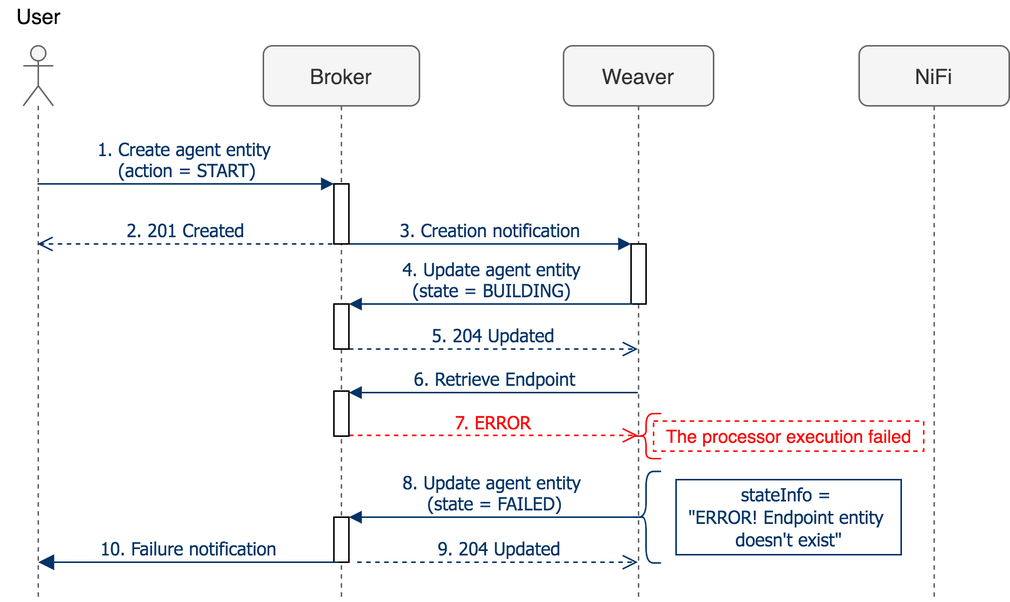
The draw.io diagram docs/sda-orchestration/img/SDA-orchestration-sequence-diagrams-collection-agent-endpoint-error.png in giros-dit/semantic-data-aggregator, before a commit. Source tidied: cells renumbered, new cells last; positions are measured from the earlier drawing's top-left corner, leaving out a move shared by most shapes. Its diagram source:
```xml
<mxGraphModel>
  <root>
    <mxCell id="0" />
    <mxCell id="1" parent="0" />
    <mxCell id="2" value="Broker" style="shape=umlLifeline;perimeter=lifelinePerimeter;whiteSpace=wrap;html=1;rounded=1;fontSize=14;fontColor=#333333;strokeColor=#666666;fillColor=#f5f5f5;" parent="1" vertex="1">
      <mxGeometry x="175" y="30" width="104" height="370" as="geometry" />
    </mxCell>
    <mxCell id="3" value="Weaver" style="shape=umlLifeline;perimeter=lifelinePerimeter;whiteSpace=wrap;html=1;rounded=1;fontSize=14;fontColor=#333333;strokeColor=#666666;fillColor=#f5f5f5;" parent="1" vertex="1">
      <mxGeometry x="375" y="30" width="100" height="370" as="geometry" />
    </mxCell>
    <mxCell id="4" value="NiFi" style="shape=umlLifeline;perimeter=lifelinePerimeter;whiteSpace=wrap;html=1;rounded=1;fontSize=14;fontColor=#333333;strokeColor=#666666;fillColor=#f5f5f5;" parent="1" vertex="1">
      <mxGeometry x="572" y="30" width="100" height="370" as="geometry" />
    </mxCell>
    <mxCell id="5" style="shape=umlLifeline;participant=umlActor;perimeter=lifelinePerimeter;whiteSpace=wrap;html=1;verticalAlign=middle;outlineConnect=0;fontSize=14;rounded=1;fontColor=#333333;strokeColor=#666666;fillColor=#f5f5f5;" parent="1" vertex="1">
      <mxGeometry x="15" y="30" width="20" height="370" as="geometry" />
    </mxCell>
    <mxCell id="6" value="3. Creation notification" style="html=1;verticalAlign=bottom;startArrow=none;endArrow=block;startSize=8;strokeColor=#003366;fontFamily=Tahoma;fontSize=12;fontColor=#003366;startFill=0;exitX=1;exitY=0.975;exitDx=0;exitDy=0;exitPerimeter=0;" parent="1" edge="1">
      <mxGeometry relative="1" as="geometry">
        <mxPoint x="232" y="162" as="sourcePoint" />
        <mxPoint x="420" y="162" as="targetPoint" />
      </mxGeometry>
    </mxCell>
    <mxCell id="7" value="1. Create agent entity &lt;br&gt;(action = START)" style="html=1;verticalAlign=bottom;endArrow=block;entryX=0;entryY=0;strokeColor=#003366;fontFamily=Tahoma;fontSize=12;fontColor=#003366;" parent="1" edge="1" source="5" target="12">
      <mxGeometry relative="1" as="geometry" />
    </mxCell>
    <mxCell id="8" value="2. 201 Created" style="html=1;verticalAlign=bottom;endArrow=open;dashed=1;endSize=8;exitX=-0.1;exitY=0.975;strokeColor=#003366;fontFamily=Tahoma;fontSize=12;fontColor=#003366;exitDx=0;exitDy=0;exitPerimeter=0;" parent="1" edge="1">
      <mxGeometry relative="1" as="geometry">
        <mxPoint x="221" y="162" as="sourcePoint" />
        <mxPoint x="24.5" y="162" as="targetPoint" />
      </mxGeometry>
    </mxCell>
    <mxCell id="9" value="8. Update agent entity&amp;nbsp;&lt;br&gt;(state = FAILED)" style="html=1;verticalAlign=bottom;endArrow=block;entryX=1;entryY=0;fontFamily=Tahoma;fontSize=12;fontColor=#003366;strokeColor=#003366;" parent="1" edge="1" target="13">
      <mxGeometry relative="1" as="geometry">
        <mxPoint x="424.5" y="344" as="sourcePoint" />
      </mxGeometry>
    </mxCell>
    <mxCell id="10" value="5. 204 Updated" style="html=1;verticalAlign=bottom;endArrow=open;dashed=1;endSize=8;strokeColor=#003366;fontFamily=Tahoma;fontSize=12;fontColor=#003366;" parent="1" edge="1" source="15">
      <mxGeometry relative="1" as="geometry">
        <mxPoint x="424.5" y="232" as="targetPoint" />
        <Array as="points">
          <mxPoint x="285" y="232" />
        </Array>
      </mxGeometry>
    </mxCell>
    <mxCell id="11" value="&lt;font style=&quot;font-size: 14px;&quot;&gt;User&lt;/font&gt;" style="text;html=1;align=center;verticalAlign=middle;fontSize=14;" parent="1" vertex="1">
      <mxGeometry width="50" height="20" as="geometry" />
    </mxCell>
    <mxCell id="12" style="html=1;points=[];perimeter=orthogonalPerimeter;fontFamily=Tahoma;fontSize=12;fontColor=#003366;" parent="1" vertex="1">
      <mxGeometry x="222" y="122" width="10" height="40" as="geometry" />
    </mxCell>
    <mxCell id="13" style="html=1;points=[];perimeter=orthogonalPerimeter;fontFamily=Tahoma;fontSize=12;fontColor=#003366;" parent="1" vertex="1">
      <mxGeometry x="222" y="344" width="10" height="30" as="geometry" />
    </mxCell>
    <mxCell id="14" style="html=1;perimeter=orthogonalPerimeter;fontFamily=Tahoma;fontSize=12;fontColor=#003366;" parent="1" vertex="1">
      <mxGeometry x="420" y="162" width="10" height="40" as="geometry" />
    </mxCell>
    <mxCell id="15" style="html=1;points=[];perimeter=orthogonalPerimeter;fontFamily=Tahoma;fontSize=12;fontColor=#003366;" parent="1" vertex="1">
      <mxGeometry x="222" y="202" width="10" height="30" as="geometry" />
    </mxCell>
    <mxCell id="16" value="4. Update agent entity&lt;br&gt;(state = BUILDING)" style="html=1;verticalAlign=bottom;startArrow=block;endArrow=none;startSize=6;strokeColor=#003366;fontFamily=Tahoma;fontSize=12;fontColor=#003366;startFill=1;exitX=1;exitY=0;exitDx=0;exitDy=0;exitPerimeter=0;entryX=0.1;entryY=1;entryDx=0;entryDy=0;entryPerimeter=0;endFill=0;targetPerimeterSpacing=0;sourcePerimeterSpacing=0;" parent="1" edge="1">
      <mxGeometry relative="1" as="geometry">
        <mxPoint x="232" y="202" as="sourcePoint" />
        <mxPoint x="421" y="202" as="targetPoint" />
      </mxGeometry>
    </mxCell>
    <mxCell id="17" value="9. 204 Updated" style="html=1;verticalAlign=bottom;endArrow=open;dashed=1;endSize=8;strokeColor=#003366;fontFamily=Tahoma;fontSize=12;fontColor=#003366;" parent="1" edge="1">
      <mxGeometry relative="1" as="geometry">
        <mxPoint x="237.5" y="374" as="sourcePoint" />
        <mxPoint x="424.5" y="374" as="targetPoint" />
      </mxGeometry>
    </mxCell>
    <mxCell id="18" value="10. Failure notification" style="html=1;verticalAlign=bottom;startArrow=block;endArrow=none;startSize=8;strokeColor=#003366;fontFamily=Tahoma;fontSize=12;fontColor=#003366;startFill=1;endFill=0;" parent="1" edge="1">
      <mxGeometry relative="1" as="geometry">
        <mxPoint x="25" y="374" as="sourcePoint" />
        <mxPoint x="225" y="374" as="targetPoint" />
      </mxGeometry>
    </mxCell>
    <mxCell id="19" value="6. Retrieve Endpoint" style="html=1;verticalAlign=bottom;endArrow=block;entryX=1;entryY=0.067;strokeColor=#003366;fontFamily=Tahoma;fontSize=12;fontColor=#003366;entryDx=0;entryDy=0;entryPerimeter=0;" parent="1" edge="1">
      <mxGeometry relative="1" as="geometry">
        <mxPoint x="424.5" y="261" as="sourcePoint" />
        <mxPoint x="232" y="261" as="targetPoint" />
        <Array as="points">
          <mxPoint x="300" y="261" />
        </Array>
      </mxGeometry>
    </mxCell>
    <mxCell id="20" value="&lt;font color=&quot;#ff0000&quot;&gt;7. ERROR&lt;/font&gt;" style="html=1;verticalAlign=bottom;endArrow=open;dashed=1;endSize=8;exitX=1;exitY=0.95;fontFamily=Tahoma;fontSize=12;fontColor=#003366;fillColor=#f8cecc;strokeColor=#FF0000;" parent="1" edge="1">
      <mxGeometry relative="1" as="geometry">
        <mxPoint x="232" y="289.5" as="sourcePoint" />
        <mxPoint x="424.5" y="289.5" as="targetPoint" />
      </mxGeometry>
    </mxCell>
    <mxCell id="21" style="html=1;perimeter=orthogonalPerimeter;fontFamily=Tahoma;fontSize=12;fontColor=#003366;" parent="1" vertex="1">
      <mxGeometry x="222" y="260" width="10" height="30" as="geometry" />
    </mxCell>
    <mxCell id="22" style="shape=curlyBracket;whiteSpace=wrap;html=1;rounded=1;strokeColor=#003366;" parent="1" vertex="1">
      <mxGeometry x="420" y="313.5" width="20" height="61" as="geometry" />
    </mxCell>
    <mxCell id="23" value="&lt;div&gt;&lt;font color=&quot;#003366&quot;&gt;&lt;span style=&quot;font-family: &amp;#34;tahoma&amp;#34; ; background-color: rgb(255 , 255 , 255)&quot;&gt;stateInfo =&lt;/span&gt;&lt;span style=&quot;font-family: &amp;#34;tahoma&amp;#34;&quot;&gt;&amp;nbsp;&lt;/span&gt;&lt;/font&gt;&lt;/div&gt;&lt;div&gt;&lt;span style=&quot;font-family: &amp;#34;tahoma&amp;#34;&quot;&gt;&lt;font color=&quot;#003366&quot;&gt;&quot;ERROR! Endpoint&amp;nbsp;&lt;/font&gt;&lt;/span&gt;&lt;span style=&quot;font-family: &amp;#34;tahoma&amp;#34;&quot;&gt;&lt;font color=&quot;#003366&quot;&gt;entity&amp;nbsp;&lt;/font&gt;&lt;/span&gt;&lt;/div&gt;&lt;div&gt;&lt;span style=&quot;color: rgb(0 , 51 , 102) ; font-family: &amp;#34;tahoma&amp;#34;&quot;&gt;doesn't exist&quot;&lt;/span&gt;&lt;/div&gt;" style="text;html=1;align=center;verticalAlign=middle;strokeColor=#003366;" parent="1" vertex="1">
      <mxGeometry x="450" y="319" width="150" height="50" as="geometry" />
    </mxCell>
    <mxCell id="24" style="shape=curlyBracket;whiteSpace=wrap;html=1;rounded=1;fillColor=#f8cecc;strokeColor=#FF0000;" parent="1" vertex="1">
      <mxGeometry x="420" y="275" width="20" height="30" as="geometry" />
    </mxCell>
    <mxCell id="25" value="&lt;font color=&quot;#ff0000&quot;&gt;The processor execution failed&lt;/font&gt;" style="text;html=1;align=center;verticalAlign=middle;rounded=0;sketch=0;glass=0;shadow=0;strokeColor=#FF0000;dashed=1;" parent="1" vertex="1">
      <mxGeometry x="435" y="280" width="180" height="20" as="geometry" />
    </mxCell>
  </root>
</mxGraphModel>
```
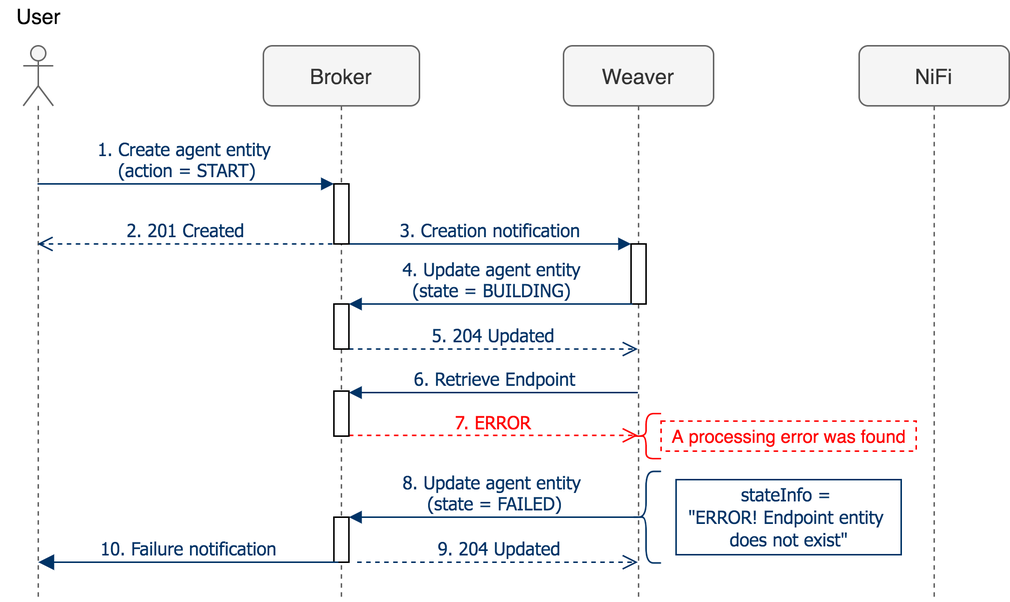
The same file after the commit.

Change to the diagram source:
```diff
@@ -96,14 +96,14 @@
     <mxCell id="22" style="shape=curlyBracket;whiteSpace=wrap;html=1;rounded=1;strokeColor=#003366;" parent="1" vertex="1">
       <mxGeometry x="420" y="313.5" width="20" height="61" as="geometry" />
     </mxCell>
-    <mxCell id="23" value="&lt;div&gt;&lt;font color=&quot;#003366&quot;&gt;&lt;span style=&quot;font-family: &amp;#34;tahoma&amp;#34; ; background-color: rgb(255 , 255 , 255)&quot;&gt;stateInfo =&lt;/span&gt;&lt;span style=&quot;font-family: &amp;#34;tahoma&amp;#34;&quot;&gt;&amp;nbsp;&lt;/span&gt;&lt;/font&gt;&lt;/div&gt;&lt;div&gt;&lt;span style=&quot;font-family: &amp;#34;tahoma&amp;#34;&quot;&gt;&lt;font color=&quot;#003366&quot;&gt;&quot;ERROR! Endpoint&amp;nbsp;&lt;/font&gt;&lt;/span&gt;&lt;span style=&quot;font-family: &amp;#34;tahoma&amp;#34;&quot;&gt;&lt;font color=&quot;#003366&quot;&gt;entity&amp;nbsp;&lt;/font&gt;&lt;/span&gt;&lt;/div&gt;&lt;div&gt;&lt;span style=&quot;color: rgb(0 , 51 , 102) ; font-family: &amp;#34;tahoma&amp;#34;&quot;&gt;doesn't exist&quot;&lt;/span&gt;&lt;/div&gt;" style="text;html=1;align=center;verticalAlign=middle;strokeColor=#003366;" parent="1" vertex="1">
+    <mxCell id="23" value="&lt;div&gt;&lt;font color=&quot;#003366&quot;&gt;&lt;span style=&quot;font-family: &amp;#34;tahoma&amp;#34; ; background-color: rgb(255 , 255 , 255)&quot;&gt;stateInfo =&lt;/span&gt;&lt;span style=&quot;font-family: &amp;#34;tahoma&amp;#34;&quot;&gt;&amp;nbsp;&lt;/span&gt;&lt;/font&gt;&lt;/div&gt;&lt;div&gt;&lt;span style=&quot;font-family: &amp;#34;tahoma&amp;#34;&quot;&gt;&lt;font color=&quot;#003366&quot;&gt;&quot;ERROR! Endpoint&amp;nbsp;&lt;/font&gt;&lt;/span&gt;&lt;span style=&quot;font-family: &amp;#34;tahoma&amp;#34;&quot;&gt;&lt;font color=&quot;#003366&quot;&gt;entity&amp;nbsp;&lt;/font&gt;&lt;/span&gt;&lt;/div&gt;&lt;div&gt;&lt;span style=&quot;color: rgb(0 , 51 , 102) ; font-family: &amp;#34;tahoma&amp;#34;&quot;&gt;does not exist&quot;&lt;/span&gt;&lt;/div&gt;" style="text;html=1;align=center;verticalAlign=middle;strokeColor=#003366;" parent="1" vertex="1">
       <mxGeometry x="450" y="319" width="150" height="50" as="geometry" />
     </mxCell>
     <mxCell id="24" style="shape=curlyBracket;whiteSpace=wrap;html=1;rounded=1;fillColor=#f8cecc;strokeColor=#FF0000;" parent="1" vertex="1">
       <mxGeometry x="420" y="275" width="20" height="30" as="geometry" />
     </mxCell>
-    <mxCell id="25" value="&lt;font color=&quot;#ff0000&quot;&gt;The processor execution failed&lt;/font&gt;" style="text;html=1;align=center;verticalAlign=middle;rounded=0;sketch=0;glass=0;shadow=0;strokeColor=#FF0000;dashed=1;" parent="1" vertex="1">
-      <mxGeometry x="435" y="280" width="180" height="20" as="geometry" />
+    <mxCell id="25" value="&lt;font color=&quot;#ff0000&quot;&gt;A processing error was found&lt;/font&gt;" style="text;html=1;align=center;verticalAlign=middle;rounded=0;sketch=0;glass=0;shadow=0;strokeColor=#FF0000;dashed=1;" parent="1" vertex="1">
+      <mxGeometry x="440" y="280" width="170" height="20" as="geometry" />
     </mxCell>
   </root>
 </mxGraphModel>
```
